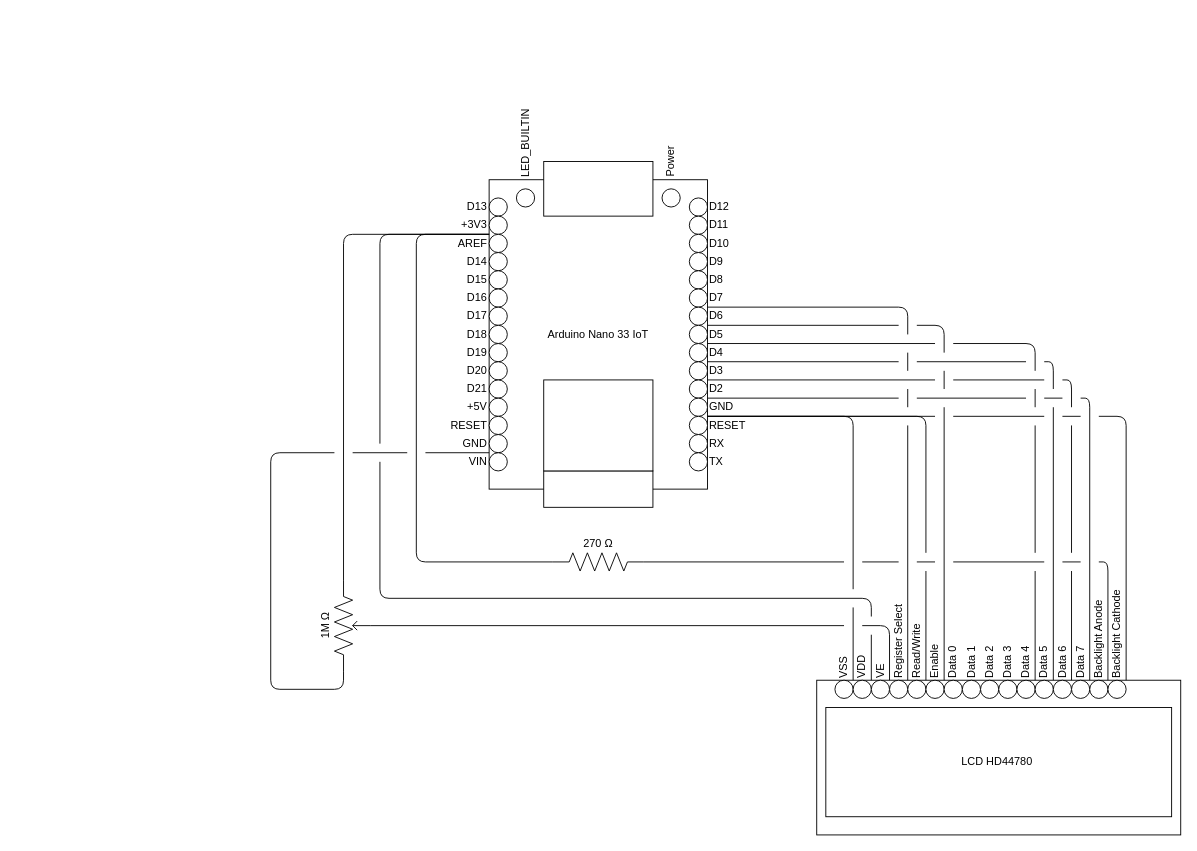
Matt-and-Gib/gleemail keeps this draw.io diagram as wiring diagram.drawio. Above is the earlier version. Source tidied: cells renumbered, new cells numbered last; positions are measured from the earlier drawing's top-left corner, leaving out a move shared by most shapes. Both pictures are drawn from the tidied source at 91%, with x=0, y=0 at pixel (270, 134).
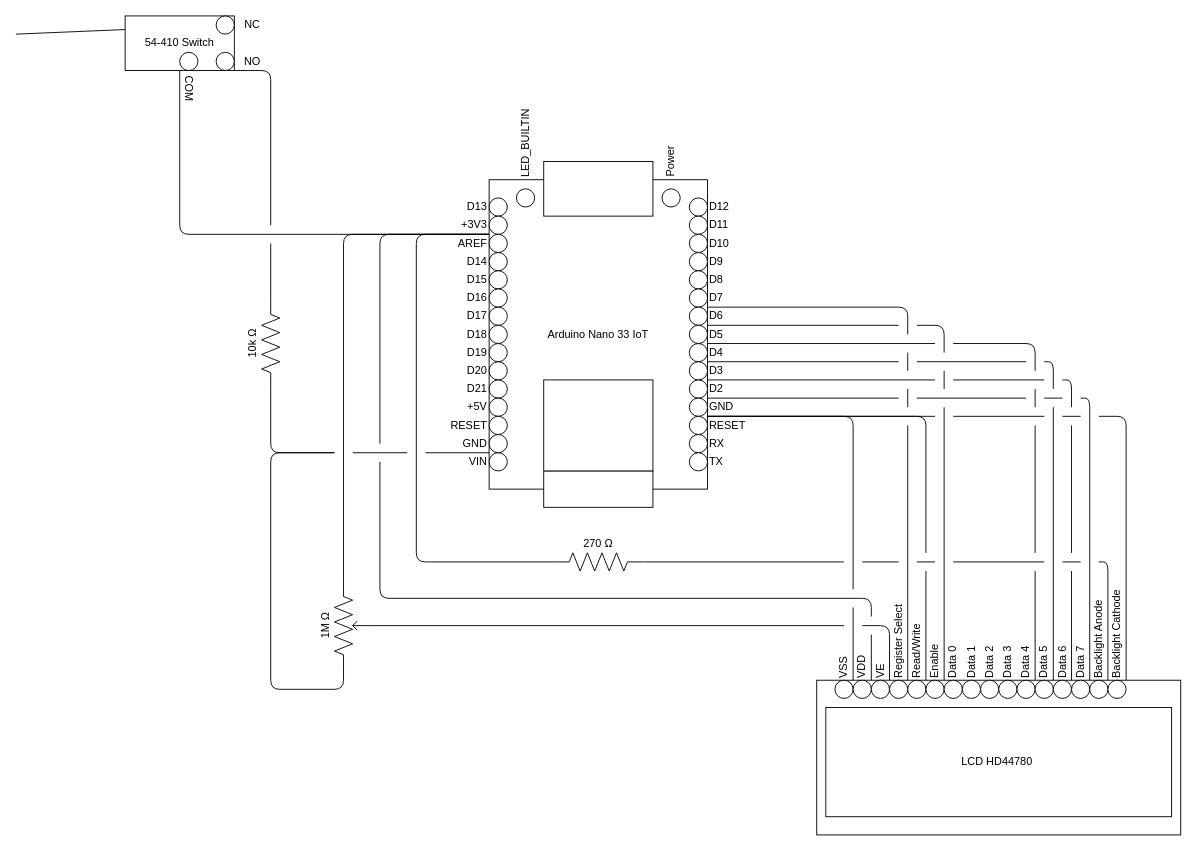
Above is the later version.

Commit message:
Rearranged wiring diagram

What changed in the source:
```diff
@@
+    <mxCell id="160" parent="0" />
+    <mxCell id="161" value="54-410 Switch" style="rounded=0;whiteSpace=wrap;html=1;align=center;" parent="160" vertex="1">
+      <mxGeometry x="-160" y="-130" width="120" height="60" as="geometry" />
+    </mxCell>
+    <mxCell id="162" style="ellipse;whiteSpace=wrap;html=1;" parent="160" vertex="1">
+      <mxGeometry x="-60" y="-130" width="20" height="20" as="geometry" />
+    </mxCell>
+    <mxCell id="163" style="ellipse;whiteSpace=wrap;html=1;" parent="160" vertex="1">
+      <mxGeometry x="-60" y="-90" width="20" height="20" as="geometry" />
+    </mxCell>
+    <mxCell id="164" style="ellipse;whiteSpace=wrap;html=1;" parent="160" vertex="1">
+      <mxGeometry x="-100" y="-90" width="20" height="20" as="geometry" />
+    </mxCell>
+    <mxCell id="165" style="endArrow=none;html=1;entryX=0;entryY=0.25;entryDx=0;entryDy=0;" parent="160" edge="1" target="161">
+      <mxGeometry relative="1" as="geometry">
+        <mxPoint x="-280" y="-110" as="sourcePoint" />
+      </mxGeometry>
+    </mxCell>
+    <mxCell id="166" value="NC" style="text;html=1;strokeColor=none;fillColor=none;align=center;verticalAlign=middle;whiteSpace=wrap;rounded=0;" parent="160" vertex="1">
+      <mxGeometry x="-40" y="-130" width="40" height="20" as="geometry" />
+    </mxCell>
+    <mxCell id="167" value="NO" style="text;html=1;strokeColor=none;fillColor=none;align=center;verticalAlign=middle;whiteSpace=wrap;rounded=0;" parent="160" vertex="1">
+      <mxGeometry x="-40" y="-90" width="40" height="20" as="geometry" />
+    </mxCell>
+    <mxCell id="168" value="COM" style="text;html=1;strokeColor=none;fillColor=none;align=center;verticalAlign=middle;whiteSpace=wrap;rounded=0;rotation=90;" parent="160" vertex="1">
+      <mxGeometry x="-110" y="-60" width="40" height="20" as="geometry" />
+    </mxCell>
+    <mxCell id="169" parent="0" />
+    <mxCell id="170" style="endArrow=none;html=1;entryX=0;entryY=1;entryDx=0;entryDy=0;exitX=1;exitY=1;exitDx=0;exitDy=0;" parent="169" edge="1" target="168">
+      <mxGeometry relative="1" as="geometry">
+        <mxPoint x="240" y="110" as="sourcePoint" />
+        <Array as="points">
+          <mxPoint x="-100" y="110" />
+        </Array>
+      </mxGeometry>
+    </mxCell>
+    <mxCell id="171" style="verticalLabelPosition=bottom;shadow=0;dashed=0;align=center;html=1;verticalAlign=top;shape=mxgraph.electrical.resistors.resistor_2;rotation=90;" parent="169" vertex="1">
+      <mxGeometry x="-50" y="220" width="100" height="20" as="geometry" />
+    </mxCell>
+    <mxCell id="172" value="10k Ω" style="text;html=1;strokeColor=none;fillColor=none;align=center;verticalAlign=middle;whiteSpace=wrap;rounded=0;rotation=-90;" parent="169" vertex="1">
+      <mxGeometry x="-40" y="220" width="40" height="20" as="geometry" />
+    </mxCell>
+    <mxCell id="173" style="endArrow=none;html=1;exitX=0;exitY=1;exitDx=0;exitDy=0;" parent="169" edge="1" source="167">
+      <mxGeometry relative="1" as="geometry">
+        <mxPoint y="100" as="targetPoint" />
+        <Array as="points">
+          <mxPoint y="-70" />
+        </Array>
+      </mxGeometry>
+    </mxCell>
+    <mxCell id="174" style="endArrow=none;html=1;exitX=0;exitY=0.5;exitDx=0;exitDy=0;exitPerimeter=0;" parent="169" edge="1" source="171">
+      <mxGeometry relative="1" as="geometry">
+        <mxPoint y="120" as="targetPoint" />
+      </mxGeometry>
+    </mxCell>
+    <mxCell id="175" style="endArrow=none;html=1;entryX=1;entryY=0.5;entryDx=0;entryDy=0;entryPerimeter=0;" parent="169" edge="1" target="171">
+      <mxGeometry relative="1" as="geometry">
+        <mxPoint x="70" y="350" as="sourcePoint" />
+        <Array as="points">
+          <mxPoint y="350" />
+        </Array>
+      </mxGeometry>
+    </mxCell>
```
